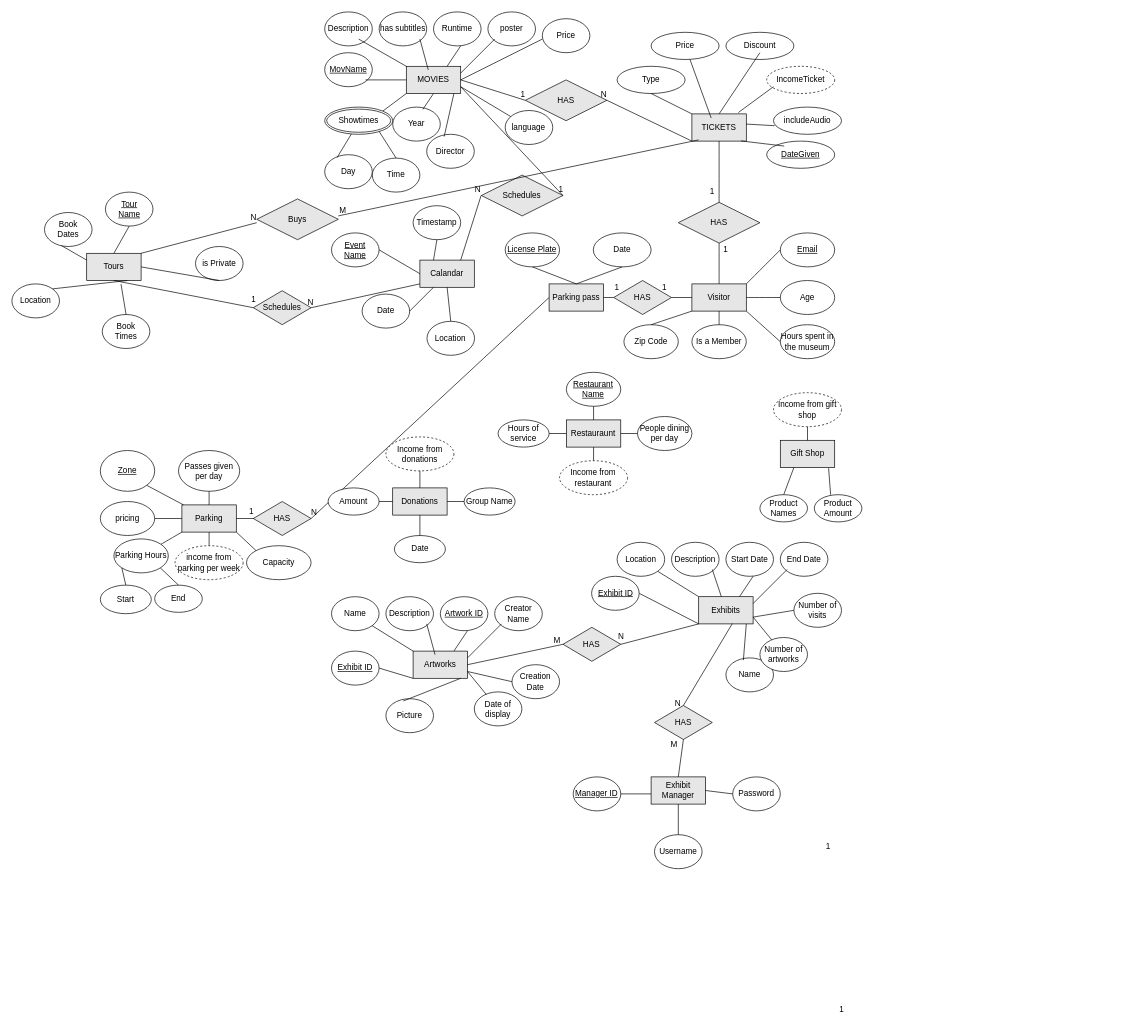
Before: Untitled Diagram.drawio in parzival-3x/MuseumDBProject, a draw.io diagram. Source tidied: cells renumbered, new cells numbered last; positions are measured from the earlier drawing's top-left corner, leaving out a move shared by most shapes. Both pictures are drawn from the tidied source at 68%, with x=0, y=0 at pixel (12, 12).
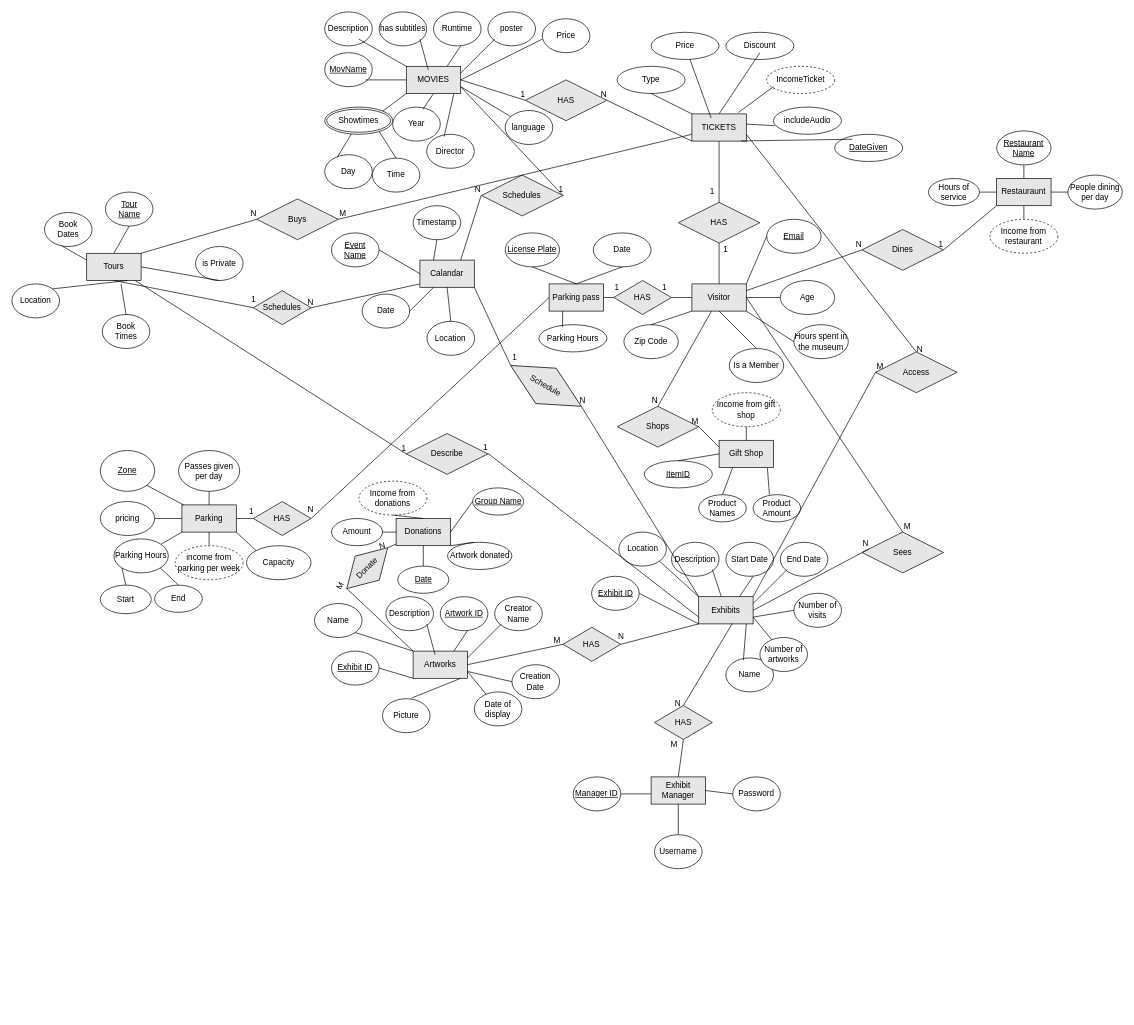
Above is the later version.

The change refers to these unchanged cells:
```xml
<mxCell id="26" value="&lt;div&gt;TICKETS&lt;/div&gt;" style="rounded=0;whiteSpace=wrap;html=1;labelBackgroundColor=none;fillColor=#E6E6E6;strokeColor=default;align=center;fontColor=default;" parent="1" vertex="1">
  <mxGeometry x="1000" y="150" width="80" height="40" as="geometry" />
</mxCell>
<mxCell id="55" value="Visitor" style="rounded=0;whiteSpace=wrap;html=1;labelBackgroundColor=none;fillColor=#E6E6E6;strokeColor=default;align=center;fontColor=default;" parent="1" vertex="1">
  <mxGeometry x="1000" y="400" width="80" height="40" as="geometry" />
</mxCell>
<mxCell id="118" value="&lt;div&gt;Exhibits&lt;/div&gt;" style="rounded=0;whiteSpace=wrap;html=1;labelBackgroundColor=none;fillColor=#E6E6E6;strokeColor=default;align=center;fontColor=default;" parent="1" vertex="1">
  <mxGeometry x="1010" y="860" width="80" height="40" as="geometry" />
</mxCell>
<mxCell id="136" value="Artworks" style="rounded=0;whiteSpace=wrap;html=1;labelBackgroundColor=none;fillColor=#E6E6E6;strokeColor=default;align=center;fontColor=default;" parent="1" vertex="1">
  <mxGeometry x="590" y="940" width="80" height="40" as="geometry" />
</mxCell>
<mxCell id="159" value="Calandar" style="rounded=0;whiteSpace=wrap;html=1;labelBackgroundColor=none;fillColor=#E6E6E6;strokeColor=default;align=center;fontColor=default;" parent="1" vertex="1">
  <mxGeometry x="600" y="365" width="80" height="40" as="geometry" />
</mxCell>
<mxCell id="165" value="Tours" style="rounded=0;whiteSpace=wrap;html=1;labelBackgroundColor=none;fillColor=#E6E6E6;strokeColor=default;align=center;fontColor=default;" parent="1" vertex="1">
  <mxGeometry x="110" y="355" width="80" height="40" as="geometry" />
</mxCell>
<mxCell id="201" value="Buys" style="shape=rhombus;perimeter=rhombusPerimeter;whiteSpace=wrap;html=1;align=center;fillColor=#E6E6E6;" parent="1" vertex="1">
  <mxGeometry x="360" y="275" width="120" height="60" as="geometry" />
</mxCell>
```

Change to the diagram source:
```diff
@@
     <mxCell id="31" value="DateGiven" style="ellipse;whiteSpace=wrap;html=1;align=center;fontStyle=4;labelBackgroundColor=none;strokeColor=default;fontColor=default;fillColor=#FFFFFF;" parent="1" vertex="1">
-      <mxGeometry x="1110" y="190" width="100" height="40" as="geometry" />
+      <mxGeometry x="1210" y="180" width="100" height="40" as="geometry" />
     </mxCell>
@@
     <mxCell id="56" value="Email" style="ellipse;whiteSpace=wrap;html=1;fontStyle=4;" parent="1" vertex="1">
-      <mxGeometry x="1130" y="325" width="80" height="50" as="geometry" />
+      <mxGeometry x="1110" y="305" width="80" height="50" as="geometry" />
     </mxCell>
@@
     <mxCell id="60" value="Hours spent in the museum" style="ellipse;whiteSpace=wrap;html=1;" parent="1" vertex="1">
-      <mxGeometry x="1130" y="460" width="80" height="50" as="geometry" />
+      <mxGeometry x="1150" y="460" width="80" height="50" as="geometry" />
     </mxCell>
-    <mxCell id="61" style="endArrow=none;html=1;curved=1;exitX=1;exitY=1;exitDx=0;exitDy=0;entryX=0;entryY=0.5;entryDx=0;entryDy=0;" parent="1" edge="1" source="55" target="60">
+    <mxCell id="61" style="endArrow=none;html=1;curved=1;exitX=1;exitY=1;exitDx=0;exitDy=0;entryX=0;entryY=0.5;entryDx=0;entryDy=0;rounded=0;" parent="1" edge="1" source="55" target="60">
       <mxGeometry relative="1" as="geometry" />
     </mxCell>
@@
     <mxCell id="67" value="&lt;div&gt;Is a Member&lt;/div&gt;" style="ellipse;whiteSpace=wrap;html=1;" parent="1" vertex="1">
-      <mxGeometry x="1000" y="460" width="80" height="50" as="geometry" />
+      <mxGeometry x="1055" y="495" width="80" height="50" as="geometry" />
     </mxCell>
@@
     <mxCell id="77" value="N" style="html=1;align=right;verticalAlign=bottom;labelBackgroundColor=none;strokeColor=default;fontColor=default;fillColor=#E6E6E6;" parent="1" vertex="1">
-      <mxGeometry x="560" y="470" as="geometry">
+      <mxGeometry x="555" y="465" as="geometry">
         <mxPoint x="-111" y="275" as="offset" />
       </mxGeometry>
     </mxCell>
@@
     <mxCell id="93" value="Gift Shop" style="rounded=0;whiteSpace=wrap;html=1;labelBackgroundColor=none;fillColor=#E6E6E6;strokeColor=default;align=center;fontColor=default;" parent="1" vertex="1">
-      <mxGeometry x="1130" y="630" width="80" height="40" as="geometry" />
+      <mxGeometry x="1040" y="630" width="80" height="40" as="geometry" />
     </mxCell>
     <mxCell id="94" value="Restauraunt" style="rounded=0;whiteSpace=wrap;html=1;labelBackgroundColor=none;fillColor=#E6E6E6;strokeColor=default;align=center;fontColor=default;" parent="1" vertex="1">
-      <mxGeometry x="815.4" y="600" width="80" height="40" as="geometry" />
+      <mxGeometry x="1448.2" y="245" width="80" height="40" as="geometry" />
     </mxCell>
     <mxCell id="95" value="Income from restaurant" style="ellipse;whiteSpace=wrap;html=1;dashed=1;" parent="1" vertex="1">
-      <mxGeometry x="805.4" y="660" width="100" height="50" as="geometry" />
+      <mxGeometry x="1438.2" y="305" width="100" height="50" as="geometry" />
     </mxCell>
@@
     <mxCell id="97" value="Donations" style="rounded=0;whiteSpace=wrap;html=1;labelBackgroundColor=none;fillColor=#E6E6E6;strokeColor=default;align=center;fontColor=default;" parent="1" vertex="1">
-      <mxGeometry x="560" y="700" width="80" height="40" as="geometry" />
+      <mxGeometry x="565" y="745" width="80" height="40" as="geometry" />
     </mxCell>
     <mxCell id="98" value="People dining per day" style="ellipse;whiteSpace=wrap;html=1;" parent="1" vertex="1">
-      <mxGeometry x="920" y="595" width="80" height="50" as="geometry" />
+      <mxGeometry x="1552.9" y="240" width="80" height="50" as="geometry" />
     </mxCell>
@@
     <mxCell id="100" value="&lt;u&gt;Restaurant Name&lt;/u&gt;" style="ellipse;whiteSpace=wrap;html=1;" parent="1" vertex="1">
-      <mxGeometry x="815.4" y="530" width="80" height="50" as="geometry" />
+      <mxGeometry x="1448.2" y="175" width="80" height="50" as="geometry" />
     </mxCell>
@@
     <mxCell id="102" value="Hours of service" style="ellipse;whiteSpace=wrap;html=1;" parent="1" vertex="1">
-      <mxGeometry x="715" y="600" width="75" height="40" as="geometry" />
+      <mxGeometry x="1347.9" y="245" width="75" height="40" as="geometry" />
     </mxCell>
@@
     <mxCell id="104" value="Income from donations" style="ellipse;whiteSpace=wrap;html=1;dashed=1;" parent="1" vertex="1">
-      <mxGeometry x="550" y="625" width="100" height="50" as="geometry" />
+      <mxGeometry x="510.4" y="690" width="100" height="50" as="geometry" />
     </mxCell>
     <mxCell id="105" value="Income from gift shop" style="ellipse;whiteSpace=wrap;html=1;dashed=1;" parent="1" vertex="1">
-      <mxGeometry x="1120" y="560" width="100" height="50" as="geometry" />
+      <mxGeometry x="1030" y="560" width="100" height="50" as="geometry" />
     </mxCell>
@@
     <mxCell id="108" value="Product Names" style="ellipse;whiteSpace=wrap;html=1;shadow=0;" parent="1" vertex="1">
-      <mxGeometry x="1100" y="710" width="70" height="40" as="geometry" />
+      <mxGeometry x="1010" y="710" width="70" height="40" as="geometry" />
     </mxCell>
     <mxCell id="109" value="Product Amount" style="ellipse;whiteSpace=wrap;html=1;shadow=0;" parent="1" vertex="1">
-      <mxGeometry x="1180" y="710" width="70" height="40" as="geometry" />
+      <mxGeometry x="1090" y="710" width="70" height="40" as="geometry" />
     </mxCell>
-    <mxCell id="110" value="Group Name" style="ellipse;whiteSpace=wrap;html=1;" parent="1" vertex="1">
-      <mxGeometry x="665" y="700" width="75" height="40" as="geometry" />
+    <mxCell id="110" value="Group Name" style="ellipse;whiteSpace=wrap;html=1;fontStyle=4;" parent="1" vertex="1">
+      <mxGeometry x="677.5" y="700" width="75" height="40" as="geometry" />
     </mxCell>
-    <mxCell id="111" value="Date" style="ellipse;whiteSpace=wrap;html=1;" parent="1" vertex="1">
-      <mxGeometry x="562.5" y="770" width="75" height="40" as="geometry" />
+    <mxCell id="111" value="Date" style="ellipse;whiteSpace=wrap;html=1;fontStyle=4;" parent="1" vertex="1">
+      <mxGeometry x="567.5" y="815" width="75" height="40" as="geometry" />
     </mxCell>
     <mxCell id="112" value="Amount" style="ellipse;whiteSpace=wrap;html=1;" parent="1" vertex="1">
-      <mxGeometry x="465" y="700" width="75" height="40" as="geometry" />
+      <mxGeometry x="470" y="745" width="75" height="40" as="geometry" />
     </mxCell>
@@
     <mxCell id="117" style="endArrow=none;html=1;rounded=0;exitX=0.888;exitY=1.025;exitDx=0;exitDy=0;exitPerimeter=0;" parent="1" edge="1" source="93">
       <mxGeometry relative="1" as="geometry">
-        <mxPoint x="1204" y="710" as="targetPoint" />
+        <mxPoint x="1114" y="710" as="targetPoint" />
       </mxGeometry>
     </mxCell>
@@
     <mxCell id="120" value="Location" style="ellipse;whiteSpace=wrap;html=1;labelBackgroundColor=none;strokeColor=default;fontColor=default;fillColor=#FFFFFF;" parent="1" vertex="1">
-      <mxGeometry x="890" y="780" width="70" height="50" as="geometry" />
+      <mxGeometry x="892.5" y="765" width="70" height="50" as="geometry" />
     </mxCell>
@@
     <mxCell id="137" value="Picture" style="ellipse;whiteSpace=wrap;html=1;labelBackgroundColor=none;strokeColor=default;fontColor=default;fillColor=#FFFFFF;" parent="1" vertex="1">
-      <mxGeometry x="550" y="1010" width="70" height="50" as="geometry" />
+      <mxGeometry x="545" y="1010" width="70" height="50" as="geometry" />
     </mxCell>
     <mxCell id="138" value="Name" style="ellipse;whiteSpace=wrap;html=1;labelBackgroundColor=none;strokeColor=default;fontColor=default;fillColor=#FFFFFF;" parent="1" vertex="1">
-      <mxGeometry x="470" y="860" width="70" height="50" as="geometry" />
+      <mxGeometry x="445" y="870" width="70" height="50" as="geometry" />
     </mxCell>
@@
-    <mxCell id="148" style="endArrow=none;html=1;rounded=0;fontColor=default;exitX=0.367;exitY=0.067;exitDx=0;exitDy=0;exitPerimeter=0;" parent="1" edge="1" source="137">
+    <mxCell id="148" style="endArrow=none;html=1;rounded=0;fontColor=default;exitX=0.614;exitY=-0.02;exitDx=0;exitDy=0;exitPerimeter=0;" parent="1" edge="1" source="137">
       <mxGeometry relative="1" as="geometry">
         <mxPoint x="660" y="980" as="targetPoint" />
       </mxGeometry>
     </mxCell>
@@
-    <mxCell id="150" value="1" style="html=1;align=right;verticalAlign=bottom;labelBackgroundColor=none;strokeColor=default;fontColor=default;fillColor=#E6E6E6;" parent="1" vertex="1">
-      <mxGeometry x="1300" y="1200" as="geometry">
-        <mxPoint x="-76" y="275" as="offset" />
-      </mxGeometry>
-    </mxCell>
@@
-    <mxCell id="195" value="1" style="html=1;align=right;verticalAlign=bottom;labelBackgroundColor=none;strokeColor=default;fontColor=default;fillColor=#E6E6E6;" parent="1" vertex="1">
-      <mxGeometry x="1280" y="960" as="geometry">
-        <mxPoint x="-76" y="275" as="offset" />
-      </mxGeometry>
-    </mxCell>
@@
-    <mxCell id="202" style="endArrow=none;html=1;rounded=0;" parent="1" edge="1">
-      <mxGeometry relative="1" as="geometry">
-        <mxPoint x="480" y="300" as="sourcePoint" />
-        <mxPoint x="1010" y="188.2" as="targetPoint" />
-      </mxGeometry>
+    <mxCell id="202" style="endArrow=none;html=1;rounded=0;exitX=1;exitY=0.5;exitDx=0;exitDy=0;entryX=0;entryY=0.75;entryDx=0;entryDy=0;" parent="1" edge="1" source="201" target="26">
+      <mxGeometry relative="1" as="geometry" />
     </mxCell>
@@
-    <mxCell id="204" style="endArrow=none;html=1;rounded=0;exitX=1;exitY=0;exitDx=0;exitDy=0;" parent="1" edge="1" source="165">
-      <mxGeometry relative="1" as="geometry">
-        <mxPoint x="360" y="310" as="targetPoint" />
-      </mxGeometry>
+    <mxCell id="204" style="endArrow=none;html=1;rounded=0;exitX=1;exitY=0;exitDx=0;exitDy=0;entryX=0;entryY=0.5;entryDx=0;entryDy=0;" parent="1" edge="1" source="165" target="201">
+      <mxGeometry relative="1" as="geometry" />
     </mxCell>
@@
+    <mxCell id="206" value="Artwork donated" style="ellipse;whiteSpace=wrap;html=1;align=center;" parent="1" vertex="1">
+      <mxGeometry x="640.7" y="780" width="94.6" height="40" as="geometry" />
+    </mxCell>
+    <mxCell id="207" value="Access" style="shape=rhombus;perimeter=rhombusPerimeter;whiteSpace=wrap;html=1;align=center;fillColor=#E6E6E6;" parent="1" vertex="1">
+      <mxGeometry x="1270" y="500" width="120" height="60" as="geometry" />
+    </mxCell>
+    <mxCell id="208" style="endArrow=none;html=1;rounded=0;entryX=1;entryY=1;entryDx=0;entryDy=0;" parent="1" edge="1" target="97">
+      <mxGeometry relative="1" as="geometry">
+        <mxPoint x="680" y="780" as="sourcePoint" />
+      </mxGeometry>
+    </mxCell>
+    <mxCell id="209" style="endArrow=none;html=1;rounded=0;entryX=0.5;entryY=0;entryDx=0;entryDy=0;" parent="1" edge="1" target="207">
+      <mxGeometry relative="1" as="geometry">
+        <mxPoint x="1080" y="180" as="sourcePoint" />
+      </mxGeometry>
+    </mxCell>
+    <mxCell id="210" value="N" style="html=1;align=right;verticalAlign=bottom;fillColor=#E6E6E6;" parent="209" vertex="1">
+      <mxGeometry x="1" relative="1" as="geometry">
+        <mxPoint x="10" y="5" as="offset" />
+      </mxGeometry>
+    </mxCell>
+    <mxCell id="211" value="&lt;div&gt;Donate&lt;/div&gt;" style="shape=rhombus;perimeter=rhombusPerimeter;whiteSpace=wrap;html=1;align=center;labelBackgroundColor=none;strokeColor=default;fontColor=default;fillColor=#E6E6E6;rotation=-45;" parent="1" vertex="1">
+      <mxGeometry x="480" y="793" width="85" height="50" as="geometry" />
+    </mxCell>
+    <mxCell id="212" style="endArrow=none;html=1;rounded=0;" parent="1" edge="1">
+      <mxGeometry relative="1" as="geometry">
+        <mxPoint x="1270" y="530" as="sourcePoint" />
+        <mxPoint x="1090" y="860" as="targetPoint" />
+      </mxGeometry>
+    </mxCell>
+    <mxCell id="213" value="M" style="html=1;align=left;verticalAlign=bottom;fillColor=#E6E6E6;" parent="212" vertex="1">
+      <mxGeometry x="-1" relative="1" as="geometry" />
+    </mxCell>
+    <mxCell id="214" value="Describe" style="shape=rhombus;perimeter=rhombusPerimeter;whiteSpace=wrap;html=1;align=center;fillColor=#E6E6E6;" parent="1" vertex="1">
+      <mxGeometry x="580" y="620" width="120" height="60" as="geometry" />
+    </mxCell>
+    <mxCell id="215" style="endArrow=none;html=1;rounded=0;entryX=1;entryY=0.5;entryDx=0;entryDy=0;" parent="1" edge="1" source="97" target="211">
+      <mxGeometry relative="1" as="geometry" />
+    </mxCell>
+    <mxCell id="216" style="endArrow=none;html=1;rounded=0;entryX=0;entryY=0.5;entryDx=0;entryDy=0;" parent="1" edge="1" source="165" target="214">
+      <mxGeometry relative="1" as="geometry" />
+    </mxCell>
+    <mxCell id="217" value="1" style="html=1;align=right;verticalAlign=bottom;fillColor=#E6E6E6;" parent="216" vertex="1">
+      <mxGeometry x="1" relative="1" as="geometry" />
+    </mxCell>
+    <mxCell id="218" style="endArrow=none;html=1;rounded=0;entryX=0;entryY=0;entryDx=0;entryDy=0;exitX=0;exitY=0.5;exitDx=0;exitDy=0;" parent="1" edge="1" source="211" target="136">
+      <mxGeometry relative="1" as="geometry" />
+    </mxCell>
+    <mxCell id="219" style="endArrow=none;html=1;rounded=0;exitX=0;exitY=0.75;exitDx=0;exitDy=0;" parent="1" edge="1" source="118">
+      <mxGeometry relative="1" as="geometry">
+        <mxPoint x="700" y="649.2" as="targetPoint" />
+      </mxGeometry>
+    </mxCell>
+    <mxCell id="220" value="1" style="html=1;align=right;verticalAlign=bottom;fillColor=#E6E6E6;" parent="219" vertex="1">
+      <mxGeometry x="1" relative="1" as="geometry" />
+    </mxCell>
+    <mxCell id="221" value="M" style="text;whiteSpace=wrap;html=1;rotation=-60;" parent="1" vertex="1">
+      <mxGeometry x="480" y="825" width="20" height="40" as="geometry" />
+    </mxCell>
+    <mxCell id="222" value="Dines" style="shape=rhombus;perimeter=rhombusPerimeter;whiteSpace=wrap;html=1;align=center;fillColor=#E6E6E6;" parent="1" vertex="1">
+      <mxGeometry x="1250" y="320" width="120" height="60" as="geometry" />
+    </mxCell>
+    <mxCell id="223" value="N" style="text;whiteSpace=wrap;html=1;rotation=-15;" parent="1" vertex="1">
+      <mxGeometry x="537.3" y="770" width="25.5" height="22.4" as="geometry" />
+    </mxCell>
+    <mxCell id="224" style="endArrow=none;html=1;rounded=0;exitX=1;exitY=0.25;exitDx=0;exitDy=0;" parent="1" edge="1" source="55">
+      <mxGeometry relative="1" as="geometry">
+        <mxPoint x="1250" y="350" as="targetPoint" />
+      </mxGeometry>
+    </mxCell>
+    <mxCell id="225" value="N" style="html=1;align=right;verticalAlign=bottom;fillColor=#E6E6E6;" parent="224" vertex="1">
+      <mxGeometry x="1" relative="1" as="geometry" />
+    </mxCell>
+    <mxCell id="226" style="endArrow=none;html=1;rounded=0;exitX=0;exitY=1;exitDx=0;exitDy=0;entryX=1;entryY=0.5;entryDx=0;entryDy=0;" parent="1" edge="1" source="94" target="222">
+      <mxGeometry relative="1" as="geometry" />
+    </mxCell>
+    <mxCell id="227" value="1" style="html=1;align=right;verticalAlign=bottom;fillColor=#E6E6E6;" parent="226" vertex="1">
+      <mxGeometry x="1" relative="1" as="geometry" />
+    </mxCell>
+    <mxCell id="228" value="Shops" style="shape=rhombus;perimeter=rhombusPerimeter;whiteSpace=wrap;html=1;align=center;fillColor=#E6E6E6;" parent="1" vertex="1">
+      <mxGeometry x="890" y="580" width="120" height="60" as="geometry" />
+    </mxCell>
+    <mxCell id="229" style="endArrow=none;html=1;rounded=0;entryX=1;entryY=0.5;entryDx=0;entryDy=0;exitX=0;exitY=0.25;exitDx=0;exitDy=0;" parent="1" edge="1" source="93" target="228">
+      <mxGeometry relative="1" as="geometry" />
+    </mxCell>
+    <mxCell id="230" value="M" style="html=1;align=right;verticalAlign=bottom;fillColor=#E6E6E6;" parent="229" vertex="1">
+      <mxGeometry x="1" relative="1" as="geometry" />
+    </mxCell>
+    <mxCell id="231" style="endArrow=none;html=1;rounded=0;entryX=0.5;entryY=0;entryDx=0;entryDy=0;" parent="1" edge="1" source="55" target="228">
+      <mxGeometry relative="1" as="geometry" />
+    </mxCell>
+    <mxCell id="232" value="N" style="html=1;align=right;verticalAlign=bottom;fillColor=#E6E6E6;" parent="231" vertex="1">
+      <mxGeometry x="1" relative="1" as="geometry" />
+    </mxCell>
+    <mxCell id="233" value="&lt;div&gt;Schedule&lt;/div&gt;" style="shape=rhombus;perimeter=rhombusPerimeter;whiteSpace=wrap;html=1;align=center;fillColor=#E6E6E6;rotation=30;" parent="1" vertex="1">
+      <mxGeometry x="725.4" y="520" width="120" height="60" as="geometry" />
+    </mxCell>
+    <mxCell id="234" value="Sees" style="shape=rhombus;perimeter=rhombusPerimeter;whiteSpace=wrap;html=1;align=center;fillColor=#E6E6E6;" parent="1" vertex="1">
+      <mxGeometry x="1250" y="765" width="120" height="60" as="geometry" />
+    </mxCell>
+    <mxCell id="235" style="endArrow=none;html=1;rounded=0;entryX=1;entryY=0.5;entryDx=0;entryDy=0;" parent="1" edge="1" target="55">
+      <mxGeometry relative="1" as="geometry">
+        <mxPoint x="1310" y="765" as="sourcePoint" />
+      </mxGeometry>
+    </mxCell>
+    <mxCell id="236" value="M" style="html=1;align=left;verticalAlign=bottom;fillColor=#E6E6E6;" parent="235" vertex="1">
+      <mxGeometry x="-1" relative="1" as="geometry" />
+    </mxCell>
+    <mxCell id="237" style="endArrow=none;html=1;rounded=0;" parent="1" edge="1">
+      <mxGeometry relative="1" as="geometry">
+        <mxPoint x="1090" y="880" as="sourcePoint" />
+        <mxPoint x="1260" y="790" as="targetPoint" />
+      </mxGeometry>
+    </mxCell>
+    <mxCell id="238" value="N" style="html=1;align=right;verticalAlign=bottom;fillColor=#E6E6E6;" parent="237" vertex="1">
+      <mxGeometry x="1" relative="1" as="geometry" />
+    </mxCell>
+    <mxCell id="239" style="endArrow=none;html=1;rounded=0;exitX=0;exitY=0.5;exitDx=0;exitDy=0;entryX=1;entryY=1;entryDx=0;entryDy=0;" parent="1" edge="1" source="233" target="159">
+      <mxGeometry relative="1" as="geometry" />
+    </mxCell>
+    <mxCell id="240" style="endArrow=none;html=1;rounded=0;exitX=0;exitY=0;exitDx=0;exitDy=0;entryX=1;entryY=0.5;entryDx=0;entryDy=0;" parent="1" edge="1" source="118" target="233">
+      <mxGeometry relative="1" as="geometry" />
+    </mxCell>
+    <mxCell id="241" value="1" style="html=1;align=right;verticalAlign=bottom;fillColor=#E6E6E6;" parent="1" vertex="1">
+      <mxGeometry x="710" y="660" as="geometry">
+        <mxPoint x="33" y="-143" as="offset" />
+      </mxGeometry>
+    </mxCell>
+    <mxCell id="242" value="N" style="html=1;align=right;verticalAlign=bottom;labelBackgroundColor=none;strokeColor=default;fontColor=default;fillColor=#E6E6E6;" parent="1" vertex="1">
+      <mxGeometry x="920" y="305" as="geometry">
+        <mxPoint x="-76" y="275" as="offset" />
+      </mxGeometry>
+    </mxCell>
+    <mxCell id="243" value="Parking Hours&lt;span id=&quot;docs-internal-guid-70bdea08-7fff-f98e-48b0-688a89aa7c5f&quot;&gt;&lt;/span&gt;&lt;span id=&quot;docs-internal-guid-70bdea08-7fff-f98e-48b0-688a89aa7c5f&quot;&gt;&lt;/span&gt;" style="ellipse;whiteSpace=wrap;html=1;align=center;fillColor=#FFFFFF;" parent="1" vertex="1">
+      <mxGeometry x="775" y="460" width="100" height="40" as="geometry" />
+    </mxCell>
+    <mxCell id="244" style="endArrow=none;html=1;rounded=0;entryX=0.347;entryY=0.083;entryDx=0;entryDy=0;entryPerimeter=0;" parent="1" edge="1" target="243">
+      <mxGeometry relative="1" as="geometry">
+        <mxPoint x="810" y="440" as="sourcePoint" />
+      </mxGeometry>
+    </mxCell>
+    <mxCell id="245" value="ItemID" style="ellipse;whiteSpace=wrap;html=1;align=center;fillColor=#FFFFFF;fontStyle=4;" parent="1" vertex="1">
+      <mxGeometry x="930" y="660" width="100" height="40" as="geometry" />
+    </mxCell>
+    <mxCell id="246" style="endArrow=none;html=1;rounded=0;entryX=0;entryY=0.5;entryDx=0;entryDy=0;" parent="1" edge="1" target="93">
+      <mxGeometry relative="1" as="geometry">
+        <mxPoint x="980" y="660" as="sourcePoint" />
+      </mxGeometry>
+    </mxCell>
```
